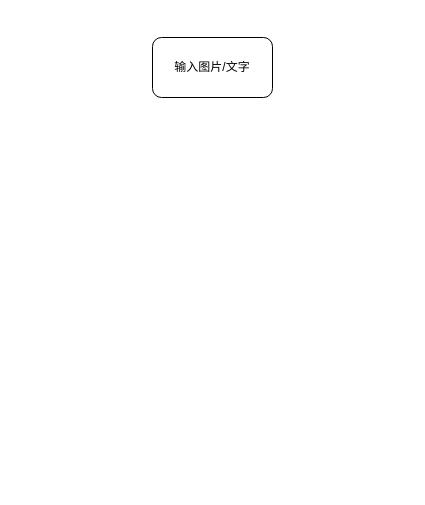
This is page "第 1 页" (1 of 2) of 问诊流程（cv版）.drawio from yzy1421/Amateur-women-basketball-in-China, a draw.io file, before an edit. Source tidied: cells renumbered, new cells numbered last; positions are measured from the earlier drawing's top-left corner, leaving out a move shared by most shapes. Both pictures are drawn from the tidied source at 100%, with x=0, y=0 at pixel (152, 37).
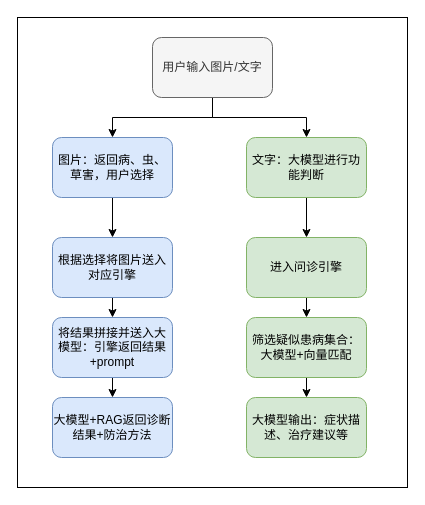
The same page after the edit.

Commit message (it also covers changes not shown here):
更新问诊流程（cv版）.drawio

What changed in the source:
```diff
@@
+    <mxCell id="3" style="rounded=0;whiteSpace=wrap;html=1;" parent="1" vertex="1">
+      <mxGeometry x="-135" y="-20" width="390" height="470" as="geometry" />
+    </mxCell>
+    <mxCell id="4" style="edgeStyle=orthogonalEdgeStyle;rounded=0;jettySize=auto;html=1;exitX=0.5;exitY=1;exitDx=0;exitDy=0;entryX=0.5;entryY=0;entryDx=0;entryDy=0;" parent="1" edge="1" source="2" target="7">
+      <mxGeometry relative="1" as="geometry">
+        <Array as="points">
+          <mxPoint x="60" y="80" />
+          <mxPoint x="-40" y="80" />
+        </Array>
+      </mxGeometry>
+    </mxCell>
+    <mxCell id="5" style="edgeStyle=orthogonalEdgeStyle;rounded=0;jettySize=auto;html=1;exitX=0.5;exitY=1;exitDx=0;exitDy=0;entryX=0.5;entryY=0;entryDx=0;entryDy=0;" parent="1" edge="1" source="2" target="16">
+      <mxGeometry relative="1" as="geometry" />
+    </mxCell>
-    <mxCell id="2" value="输入图片/文字" style="rounded=1;whiteSpace=wrap;html=1;" parent="1" vertex="1">
+    <mxCell id="2" value="用户输入图片/文字" style="rounded=1;whiteSpace=wrap;html=1;fillColor=#f5f5f5;strokeColor=#666666;fontColor=#333333;" parent="1" vertex="1">
       <mxGeometry width="120" height="60" as="geometry" />
     </mxCell>
+    <mxCell id="6" style="edgeStyle=orthogonalEdgeStyle;rounded=0;jettySize=auto;html=1;exitX=0.5;exitY=1;exitDx=0;exitDy=0;entryX=0.5;entryY=0;entryDx=0;entryDy=0;" parent="1" edge="1" source="7" target="11">
+      <mxGeometry relative="1" as="geometry" />
+    </mxCell>
+    <mxCell id="7" value="图片：返回病、虫、草害，用户选择" style="rounded=1;whiteSpace=wrap;html=1;fillColor=#dae8fc;strokeColor=#6c8ebf;" parent="1" vertex="1">
+      <mxGeometry x="-100" y="100" width="120" height="60" as="geometry" />
+    </mxCell>
+    <mxCell id="8" style="edgeStyle=orthogonalEdgeStyle;rounded=0;jettySize=auto;html=1;exitX=0.5;exitY=1;exitDx=0;exitDy=0;entryX=0.5;entryY=0;entryDx=0;entryDy=0;" parent="1" edge="1" source="9" target="18">
+      <mxGeometry relative="1" as="geometry" />
+    </mxCell>
+    <mxCell id="9" value="进入问诊引擎" style="rounded=1;whiteSpace=wrap;html=1;fillColor=#d5e8d4;strokeColor=#82b366;" parent="1" vertex="1">
+      <mxGeometry x="94" y="200" width="120" height="60" as="geometry" />
+    </mxCell>
+    <mxCell id="10" style="edgeStyle=orthogonalEdgeStyle;rounded=0;jettySize=auto;html=1;exitX=0.5;exitY=1;exitDx=0;exitDy=0;entryX=0.5;entryY=0;entryDx=0;entryDy=0;" parent="1" edge="1" source="11" target="13">
+      <mxGeometry relative="1" as="geometry" />
+    </mxCell>
+    <mxCell id="11" value="根据选择将图片送入对应引擎" style="rounded=1;whiteSpace=wrap;html=1;fillColor=#dae8fc;strokeColor=#6c8ebf;" parent="1" vertex="1">
+      <mxGeometry x="-100" y="200" width="120" height="60" as="geometry" />
+    </mxCell>
+    <mxCell id="12" style="edgeStyle=orthogonalEdgeStyle;rounded=0;jettySize=auto;html=1;exitX=0.5;exitY=1;exitDx=0;exitDy=0;entryX=0.5;entryY=0;entryDx=0;entryDy=0;" parent="1" edge="1" source="13" target="14">
+      <mxGeometry relative="1" as="geometry" />
+    </mxCell>
+    <mxCell id="13" value="将结果拼接并送入大模型：引擎返回结果+prompt" style="rounded=1;whiteSpace=wrap;html=1;fillColor=#dae8fc;strokeColor=#6c8ebf;" parent="1" vertex="1">
+      <mxGeometry x="-100" y="280" width="120" height="60" as="geometry" />
+    </mxCell>
+    <mxCell id="14" value="大模型+RAG返回诊断结果+防治方法" style="rounded=1;whiteSpace=wrap;html=1;fillColor=#dae8fc;strokeColor=#6c8ebf;" parent="1" vertex="1">
+      <mxGeometry x="-100" y="360" width="120" height="60" as="geometry" />
+    </mxCell>
+    <mxCell id="15" style="edgeStyle=orthogonalEdgeStyle;rounded=0;jettySize=auto;html=1;exitX=0.5;exitY=1;exitDx=0;exitDy=0;entryX=0.5;entryY=0;entryDx=0;entryDy=0;" parent="1" edge="1" source="16" target="9">
+      <mxGeometry relative="1" as="geometry" />
+    </mxCell>
+    <mxCell id="16" value="文字：大模型进行功能判断" style="rounded=1;whiteSpace=wrap;html=1;fillColor=#d5e8d4;strokeColor=#82b366;" parent="1" vertex="1">
+      <mxGeometry x="94" y="100" width="120" height="60" as="geometry" />
+    </mxCell>
+    <mxCell id="17" style="edgeStyle=orthogonalEdgeStyle;rounded=0;jettySize=auto;html=1;exitX=0.5;exitY=1;exitDx=0;exitDy=0;entryX=0.5;entryY=0;entryDx=0;entryDy=0;" parent="1" edge="1" source="18" target="19">
+      <mxGeometry relative="1" as="geometry" />
+    </mxCell>
+    <mxCell id="18" value="筛选疑似患病集合：大模型+向量匹配" style="rounded=1;whiteSpace=wrap;html=1;fillColor=#d5e8d4;strokeColor=#82b366;" parent="1" vertex="1">
+      <mxGeometry x="94" y="280" width="120" height="60" as="geometry" />
+    </mxCell>
+    <mxCell id="19" value="大模型输出：症状描述、治疗建议等" style="rounded=1;whiteSpace=wrap;html=1;fillColor=#d5e8d4;strokeColor=#82b366;" parent="1" vertex="1">
+      <mxGeometry x="94" y="360" width="120" height="60" as="geometry" />
+    </mxCell>
```
